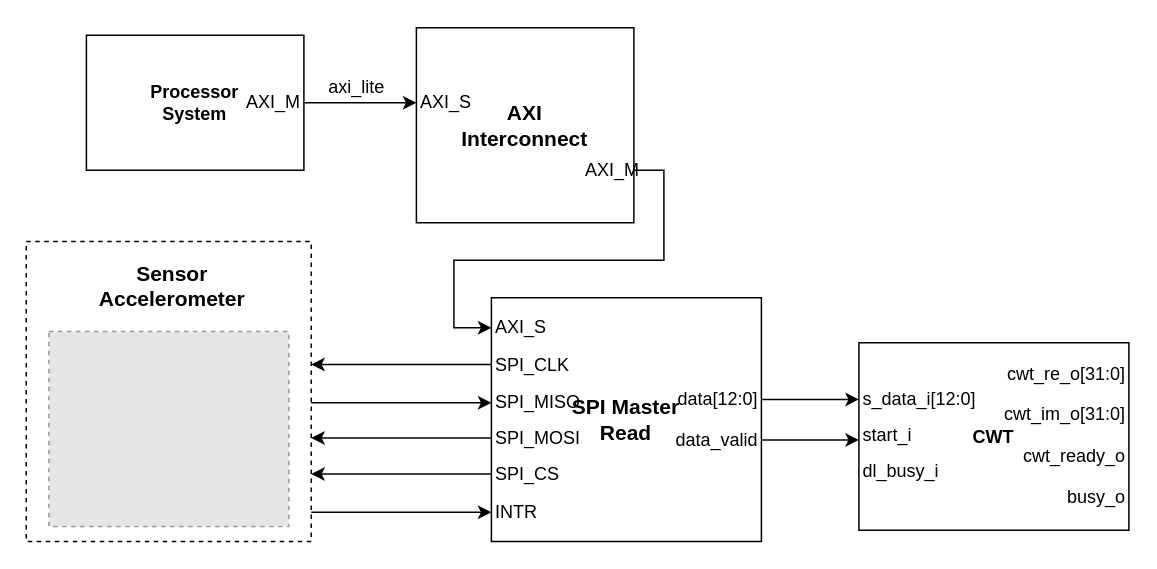
Before: 01_doc/03_drawings/01_design/block_diagram.drawio in Diogofernandes5/mthesis, a draw.io diagram. Source tidied: cells renumbered, new cells numbered last; positions are measured from the earlier drawing's top-left corner, leaving out a move shared by most shapes. Both pictures are drawn from the tidied source at 150%, with x=0, y=0 at pixel (26, 27). Pictures stored in the file or linked from it are replaced by grey dashed boxes.
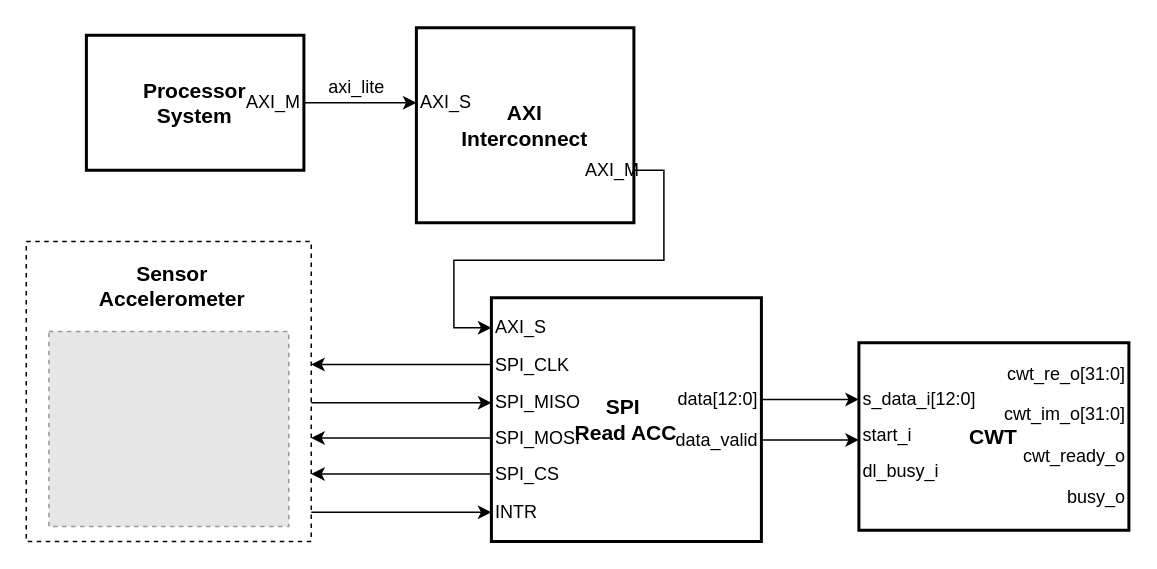
The same page after the edit.

The edit, as a diff of the source:
```diff
@@
-    <mxCell id="3" value="&lt;b&gt;CWT&lt;/b&gt;" style="rounded=0;whiteSpace=wrap;html=1;fontFamily=NewsGotT;" parent="1" vertex="1">
+    <mxCell id="3" value="&lt;b&gt;CWT&lt;/b&gt;" style="rounded=0;whiteSpace=wrap;html=1;fontFamily=NewsGotT;strokeColor=default;strokeWidth=2;align=center;verticalAlign=middle;fontSize=14;fontColor=default;fillColor=default;" parent="1" vertex="1">
       <mxGeometry x="555.1" y="210" width="180" height="125" as="geometry" />
     </mxCell>
@@
-    <mxCell id="13" value="&lt;div&gt;&lt;b&gt;SPI &lt;/b&gt;&lt;b&gt;Master &lt;br&gt;&lt;/b&gt;&lt;/div&gt;&lt;div&gt;&lt;b&gt;Read&lt;/b&gt;&lt;/div&gt;" style="rounded=0;whiteSpace=wrap;html=1;fontFamily=NewsGotT;fontSize=14;" parent="1" vertex="1">
+    <mxCell id="13" value="&lt;div&gt;&lt;b&gt;SPI&amp;nbsp;&lt;/b&gt;&lt;/div&gt;&lt;div&gt;&lt;b&gt;Read ACC&lt;/b&gt;&lt;/div&gt;" style="rounded=0;whiteSpace=wrap;html=1;fontFamily=NewsGotT;fontSize=14;strokeWidth=2;" parent="1" vertex="1">
       <mxGeometry x="310.1" y="180" width="180" height="162.5" as="geometry" />
     </mxCell>
@@
-    <mxCell id="28" value="&lt;div&gt;&lt;b&gt;Processor&lt;/b&gt;&lt;/div&gt;&lt;div&gt;&lt;b&gt;System&lt;/b&gt;&lt;/div&gt;" style="rounded=0;whiteSpace=wrap;html=1;fontFamily=NewsGotT;" parent="1" vertex="1">
+    <mxCell id="28" value="&lt;div&gt;&lt;b&gt;Processor&lt;/b&gt;&lt;/div&gt;&lt;div&gt;&lt;b&gt;System&lt;/b&gt;&lt;/div&gt;" style="rounded=0;whiteSpace=wrap;html=1;fontFamily=NewsGotT;strokeColor=default;strokeWidth=2;align=center;verticalAlign=middle;fontSize=14;fontColor=default;fillColor=default;" parent="1" vertex="1">
       <mxGeometry x="40.1" y="5" width="145" height="90" as="geometry" />
     </mxCell>
@@
-    <mxCell id="32" value="&lt;div&gt;&lt;b&gt;AXI&lt;/b&gt;&lt;/div&gt;&lt;div&gt;&lt;b&gt;Interconnect&lt;/b&gt;&lt;/div&gt;" style="rounded=0;whiteSpace=wrap;html=1;fontFamily=NewsGotT;fontSize=14;" parent="1" vertex="1">
+    <mxCell id="32" value="&lt;div&gt;&lt;b&gt;AXI&lt;/b&gt;&lt;/div&gt;&lt;div&gt;&lt;b&gt;Interconnect&lt;/b&gt;&lt;/div&gt;" style="rounded=0;whiteSpace=wrap;html=1;fontFamily=NewsGotT;fontSize=14;strokeColor=default;strokeWidth=2;align=center;verticalAlign=middle;fontColor=default;fillColor=default;" parent="1" vertex="1">
       <mxGeometry x="260.1" width="145" height="130" as="geometry" />
     </mxCell>
```
